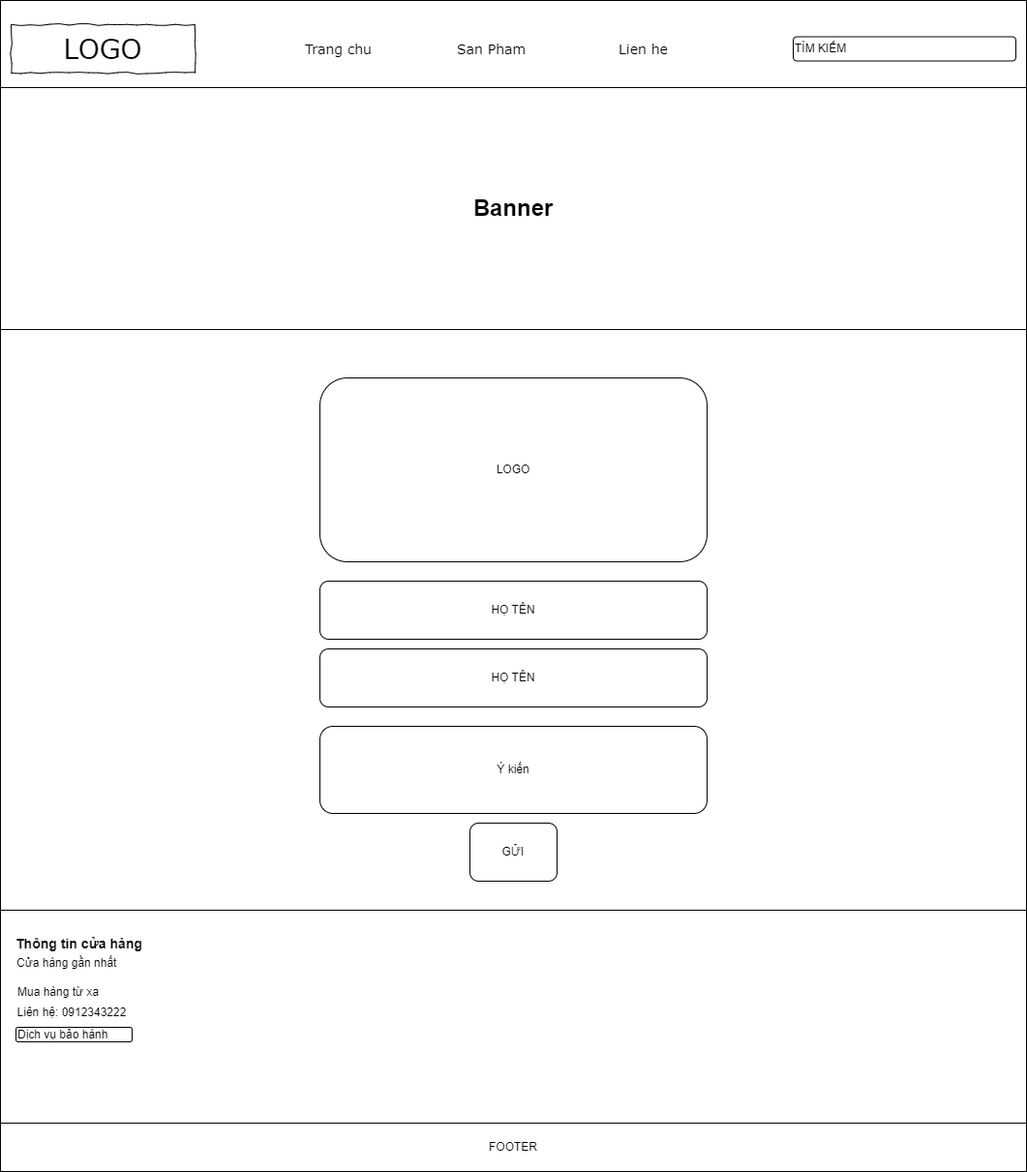
Earlier version of the draw.io export img/Lien he.png (NguyenHocPH36330/Web106_HocNC). Source tidied: cells renumbered, new cells last; positions are measured from the earlier drawing's top-left corner, leaving out a move shared by most shapes. Source of this version:
```xml
<mxGraphModel>
  <root>
    <mxCell id="0" />
    <mxCell id="1" parent="0" />
    <mxCell id="2" style="rounded=0;whiteSpace=wrap;html=1;" parent="1" vertex="1">
      <mxGeometry width="1060" height="100" as="geometry" />
    </mxCell>
    <mxCell id="3" value="Trang chu" style="text;html=1;align=left;verticalAlign=top;spacingTop=-4;fontSize=14;fontFamily=Verdana;flipH=0;" parent="1" vertex="1">
      <mxGeometry x="313" y="40" width="75" height="20" as="geometry" />
    </mxCell>
    <mxCell id="4" value="San Pham" style="text;html=1;align=left;verticalAlign=top;spacingTop=-4;fontSize=14;fontFamily=Verdana;flipH=0;" parent="1" vertex="1">
      <mxGeometry x="470" y="40" width="75" height="20" as="geometry" />
    </mxCell>
    <mxCell id="5" value="Lien he" style="text;html=1;align=left;verticalAlign=top;spacingTop=-4;fontSize=14;fontFamily=Verdana;flipH=0;" parent="1" vertex="1">
      <mxGeometry x="637" y="40" width="75" height="20" as="geometry" />
    </mxCell>
    <mxCell id="6" value="LOGO" style="whiteSpace=wrap;html=1;rounded=0;shadow=0;labelBackgroundColor=none;strokeWidth=1;fontFamily=Verdana;fontSize=28;align=center;comic=1;" parent="1" vertex="1">
      <mxGeometry x="11" y="25" width="190" height="50" as="geometry" />
    </mxCell>
    <mxCell id="7" value="&lt;h1&gt;Banner&lt;/h1&gt;" style="rounded=0;whiteSpace=wrap;html=1;" parent="1" vertex="1">
      <mxGeometry y="90" width="1060" height="250" as="geometry" />
    </mxCell>
    <mxCell id="8" value="TÌM KIẾM" style="rounded=1;whiteSpace=wrap;html=1;align=left;" parent="1" vertex="1">
      <mxGeometry x="819" y="37.5" width="230" height="25" as="geometry" />
    </mxCell>
    <mxCell id="9" style="rounded=0;whiteSpace=wrap;html=1;" parent="1" vertex="1">
      <mxGeometry y="340" width="1060" height="820" as="geometry" />
    </mxCell>
    <mxCell id="10" value="LOGO" style="rounded=1;whiteSpace=wrap;html=1;" parent="1" vertex="1">
      <mxGeometry x="330" y="390" width="400" height="190" as="geometry" />
    </mxCell>
    <mxCell id="11" value="HỌ TÊN" style="rounded=1;whiteSpace=wrap;html=1;" parent="1" vertex="1">
      <mxGeometry x="330" y="600" width="400" height="60" as="geometry" />
    </mxCell>
    <mxCell id="12" value="HỌ TÊN" style="rounded=1;whiteSpace=wrap;html=1;" parent="1" vertex="1">
      <mxGeometry x="330" y="670" width="400" height="60" as="geometry" />
    </mxCell>
    <mxCell id="13" value="Ý kiến" style="rounded=1;whiteSpace=wrap;html=1;" parent="1" vertex="1">
      <mxGeometry x="330" y="750" width="400" height="90" as="geometry" />
    </mxCell>
    <mxCell id="14" value="GỬI" style="rounded=1;whiteSpace=wrap;html=1;" parent="1" vertex="1">
      <mxGeometry x="485" y="850" width="90" height="60" as="geometry" />
    </mxCell>
    <mxCell id="15" value="&lt;h2&gt;&lt;br&gt;&lt;/h2&gt;" style="rounded=0;whiteSpace=wrap;html=1;align=left;" parent="1" vertex="1">
      <mxGeometry y="940" width="1060" height="270" as="geometry" />
    </mxCell>
    <mxCell id="16" value="&lt;h3&gt;Thông tin cửa hàng&lt;/h3&gt;" style="text;html=1;strokeColor=none;fillColor=none;align=left;verticalAlign=middle;whiteSpace=wrap;rounded=0;" parent="1" vertex="1">
      <mxGeometry x="14" y="960" width="140" height="30" as="geometry" />
    </mxCell>
    <mxCell id="17" value="FOOTER" style="rounded=0;whiteSpace=wrap;html=1;" parent="1" vertex="1">
      <mxGeometry y="1160" width="1060" height="50" as="geometry" />
    </mxCell>
    <mxCell id="18" value="Cửa hàng gần nhất" style="text;html=1;strokeColor=none;fillColor=none;align=left;verticalAlign=middle;whiteSpace=wrap;rounded=0;" parent="1" vertex="1">
      <mxGeometry x="15" y="980" width="138" height="30" as="geometry" />
    </mxCell>
    <mxCell id="19" value="Mua hàng từ xa" style="text;html=1;strokeColor=none;fillColor=none;align=left;verticalAlign=middle;whiteSpace=wrap;rounded=0;" parent="1" vertex="1">
      <mxGeometry x="16" y="1010" width="138" height="30" as="geometry" />
    </mxCell>
    <mxCell id="20" value="Liên hệ: 0912343222" style="text;html=1;strokeColor=none;fillColor=none;align=center;verticalAlign=middle;whiteSpace=wrap;rounded=0;" parent="1" vertex="1">
      <mxGeometry x="8" y="1031" width="132" height="30" as="geometry" />
    </mxCell>
    <mxCell id="21" value="Dịch vụ bảo hành" style="rounded=1;whiteSpace=wrap;html=1;align=left;" parent="1" vertex="1">
      <mxGeometry x="16" y="1061" width="120" height="15" as="geometry" />
    </mxCell>
  </root>
</mxGraphModel>
```
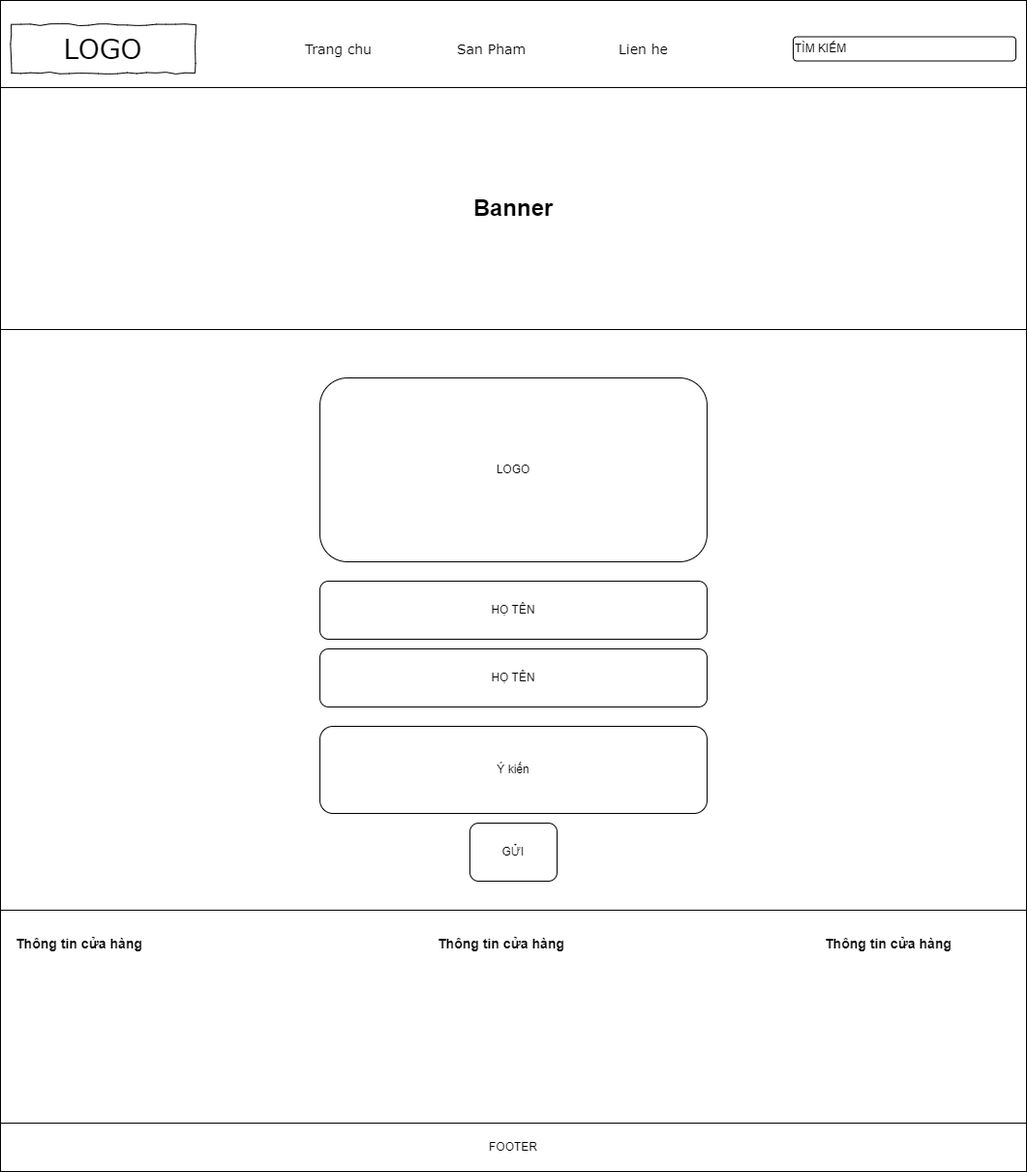
After the change.

What changed in the source:
```diff
@@ -50,17 +50,11 @@
     <mxCell id="17" value="FOOTER" style="rounded=0;whiteSpace=wrap;html=1;" parent="1" vertex="1">
       <mxGeometry y="1160" width="1060" height="50" as="geometry" />
     </mxCell>
-    <mxCell id="18" value="Cửa hàng gần nhất" style="text;html=1;strokeColor=none;fillColor=none;align=left;verticalAlign=middle;whiteSpace=wrap;rounded=0;" parent="1" vertex="1">
-      <mxGeometry x="15" y="980" width="138" height="30" as="geometry" />
-    </mxCell>
-    <mxCell id="19" value="Mua hàng từ xa" style="text;html=1;strokeColor=none;fillColor=none;align=left;verticalAlign=middle;whiteSpace=wrap;rounded=0;" parent="1" vertex="1">
-      <mxGeometry x="16" y="1010" width="138" height="30" as="geometry" />
-    </mxCell>
-    <mxCell id="20" value="Liên hệ: 0912343222" style="text;html=1;strokeColor=none;fillColor=none;align=center;verticalAlign=middle;whiteSpace=wrap;rounded=0;" parent="1" vertex="1">
-      <mxGeometry x="8" y="1031" width="132" height="30" as="geometry" />
-    </mxCell>
-    <mxCell id="21" value="Dịch vụ bảo hành" style="rounded=1;whiteSpace=wrap;html=1;align=left;" parent="1" vertex="1">
-      <mxGeometry x="16" y="1061" width="120" height="15" as="geometry" />
-    </mxCell>
+    <mxCell id="22" value="&lt;h3&gt;Thông tin cửa hàng&lt;/h3&gt;" style="text;html=1;strokeColor=none;fillColor=none;align=left;verticalAlign=middle;whiteSpace=wrap;rounded=0;" parent="1" vertex="1">
+      <mxGeometry x="450" y="960" width="140" height="30" as="geometry" />
+    </mxCell>
+    <mxCell id="23" value="&lt;h3&gt;Thông tin cửa hàng&lt;/h3&gt;" style="text;html=1;strokeColor=none;fillColor=none;align=left;verticalAlign=middle;whiteSpace=wrap;rounded=0;" parent="1" vertex="1">
+      <mxGeometry x="850" y="960" width="140" height="30" as="geometry" />
+    </mxCell>
   </root>
 </mxGraphModel>
```
